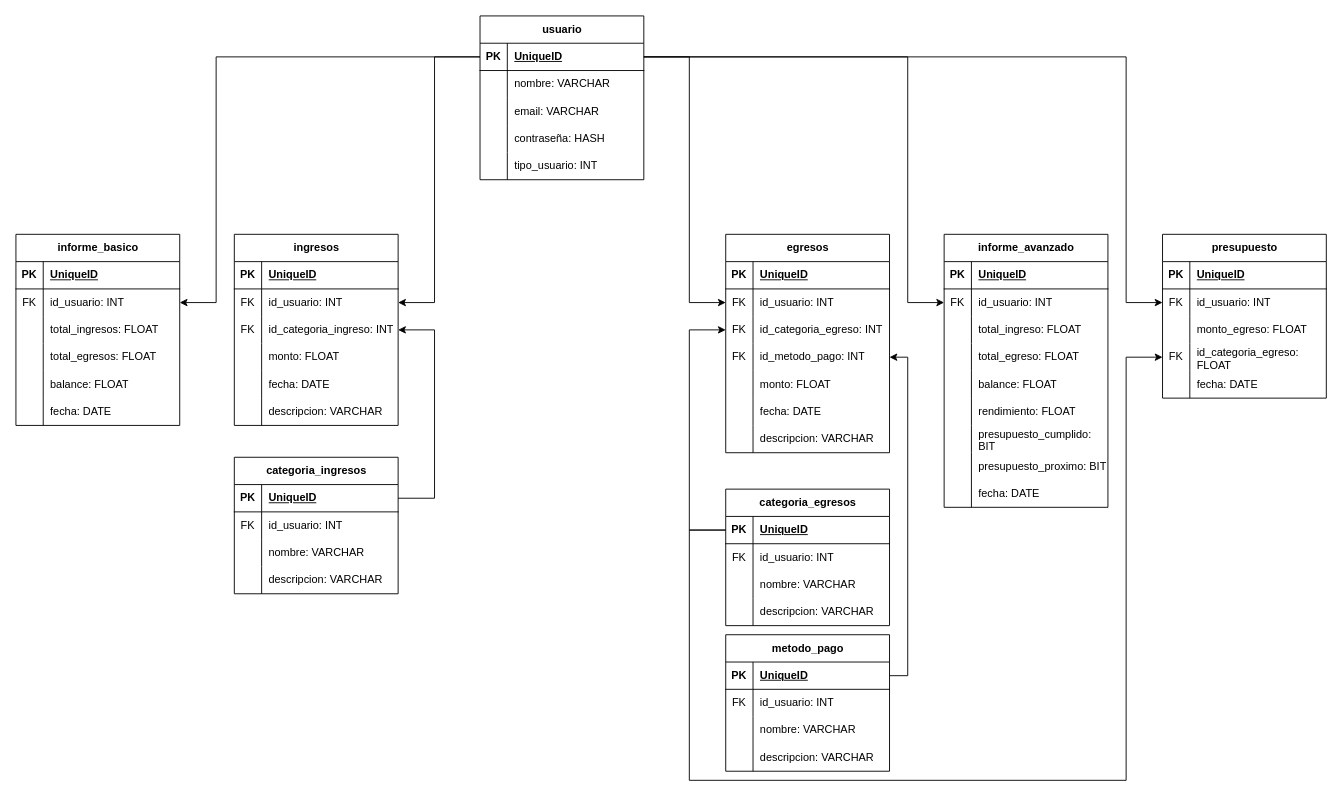
Above: Biblioteca de Recursos/Diagramas/Diagrama DB Actualizado.drawio in FinTionPro/fintion-project (draw.io), before the change. Source tidied: cells renumbered, new cells numbered last; positions are measured from the earlier drawing's top-left corner, leaving out a move shared by most shapes. Both pictures are drawn from the tidied source at 91%, with x=0, y=0 at pixel (15, 15).
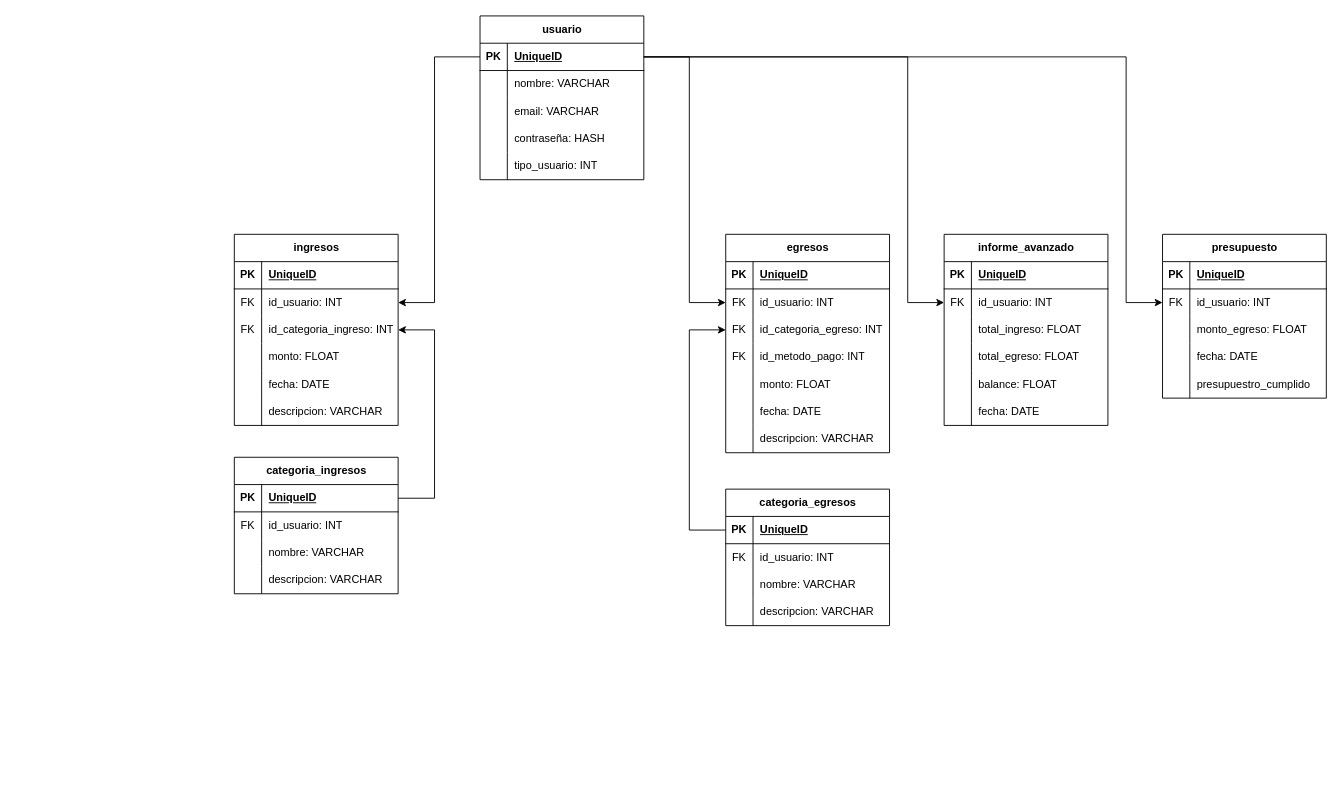
After the change.

The change refers to these unchanged cells:
```xml
<mxCell id="3" style="shape=tableRow;horizontal=0;startSize=0;swimlaneHead=0;swimlaneBody=0;fillColor=none;points=[[0,0.5],[1,0.5]];portConstraint=eastwest;top=0;left=0;right=0;bottom=1;" parent="2" vertex="1">
  <mxGeometry y="30" width="180" height="30" as="geometry" />
</mxCell>
<mxCell id="47" style="shape=tableRow;horizontal=0;startSize=0;swimlaneHead=0;swimlaneBody=0;fillColor=none;points=[[0,0.5],[1,0.5]];portConstraint=eastwest;top=0;left=0;right=0;bottom=0;" parent="37" vertex="1">
  <mxGeometry y="120" width="180" height="30" as="geometry" />
</mxCell>
<mxCell id="73" style="shape=tableRow;horizontal=0;startSize=0;swimlaneHead=0;swimlaneBody=0;fillColor=none;points=[[0,0.5],[1,0.5]];portConstraint=eastwest;top=0;left=0;right=0;bottom=1;" parent="72" vertex="1">
  <mxGeometry y="30" width="180" height="30" as="geometry" />
</mxCell>
<mxCell id="85" value="presupuesto" style="shape=table;startSize=30;childLayout=tableLayout;rowLines=0;fontStyle=1;align=center;html=1;" parent="1" vertex="1">
  <mxGeometry x="1260" y="240" width="180" height="180" as="geometry" />
</mxCell>
```

Change to the diagram source:
```diff
@@
-    <mxCell id="95" style="shape=tableRow;horizontal=0;startSize=0;swimlaneHead=0;swimlaneBody=0;fillColor=none;points=[[0,0.5],[1,0.5]];portConstraint=eastwest;top=0;left=0;right=0;bottom=0;" parent="85" vertex="1">
-      <mxGeometry y="120" width="180" height="30" as="geometry" />
-    </mxCell>
-    <mxCell id="96" value="FK" style="shape=partialRectangle;fillColor=none;top=0;left=0;bottom=0;right=0;overflow=hidden;whiteSpace=wrap;html=1;" parent="95" vertex="1">
-      <mxGeometry width="30" height="30" as="geometry" />
-    </mxCell>
-    <mxCell id="97" value="id_categoria_egreso: FLOAT" style="shape=partialRectangle;fillColor=none;top=0;left=0;bottom=0;right=0;align=left;spacingLeft=6;overflow=hidden;whiteSpace=wrap;html=1;" parent="95" vertex="1">
-      <mxGeometry x="30" width="150" height="30" as="geometry" />
-    </mxCell>
     <mxCell id="98" style="shape=tableRow;horizontal=0;startSize=0;swimlaneHead=0;swimlaneBody=0;fillColor=none;top=0;left=0;right=0;bottom=0;" parent="85" vertex="1">
-      <mxGeometry y="150" width="180" height="30" as="geometry" />
+      <mxGeometry y="120" width="180" height="30" as="geometry" />
     </mxCell>
@@
-    <mxCell id="101" value="informe_basico" style="shape=table;startSize=30;childLayout=tableLayout;rowLines=0;fontStyle=1;align=center;html=1;" parent="1" vertex="1">
-      <mxGeometry y="240" width="180" height="210" as="geometry" />
-    </mxCell>
-    <mxCell id="102" style="shape=tableRow;horizontal=0;startSize=0;swimlaneHead=0;swimlaneBody=0;fillColor=none;top=0;left=0;right=0;bottom=1;" parent="101" vertex="1">
-      <mxGeometry y="30" width="180" height="30" as="geometry" />
-    </mxCell>
-    <mxCell id="103" value="PK" style="shape=partialRectangle;fillColor=none;top=0;left=0;bottom=0;right=0;fontStyle=1;overflow=hidden;whiteSpace=wrap;html=1;" parent="102" vertex="1">
-      <mxGeometry width="30" height="30" as="geometry" />
-    </mxCell>
-    <mxCell id="104" value="UniqueID" style="shape=partialRectangle;fillColor=none;top=0;left=0;bottom=0;right=0;align=left;spacingLeft=6;fontStyle=5;overflow=hidden;whiteSpace=wrap;html=1;" parent="102" vertex="1">
-      <mxGeometry x="30" width="150" height="30" as="geometry" />
-    </mxCell>
-    <mxCell id="105" style="shape=tableRow;horizontal=0;startSize=0;swimlaneHead=0;swimlaneBody=0;fillColor=none;points=[[0,0.5],[1,0.5]];portConstraint=eastwest;top=0;left=0;right=0;bottom=0;" parent="101" vertex="1">
-      <mxGeometry y="60" width="180" height="30" as="geometry" />
-    </mxCell>
-    <mxCell id="106" value="FK" style="shape=partialRectangle;fillColor=none;top=0;left=0;bottom=0;right=0;overflow=hidden;whiteSpace=wrap;html=1;" parent="105" vertex="1">
-      <mxGeometry width="30" height="30" as="geometry" />
-    </mxCell>
-    <mxCell id="107" value="id_usuario: INT" style="shape=partialRectangle;fillColor=none;top=0;left=0;bottom=0;right=0;align=left;spacingLeft=6;overflow=hidden;whiteSpace=wrap;html=1;" parent="105" vertex="1">
-      <mxGeometry x="30" width="150" height="30" as="geometry" />
-    </mxCell>
-    <mxCell id="108" style="shape=tableRow;horizontal=0;startSize=0;swimlaneHead=0;swimlaneBody=0;fillColor=none;top=0;left=0;right=0;bottom=0;" parent="101" vertex="1">
-      <mxGeometry y="90" width="180" height="30" as="geometry" />
-    </mxCell>
-    <mxCell id="109" style="shape=partialRectangle;fillColor=none;top=0;left=0;bottom=0;right=0;overflow=hidden;whiteSpace=wrap;html=1;" parent="108" vertex="1">
-      <mxGeometry width="30" height="30" as="geometry" />
-    </mxCell>
-    <mxCell id="110" value="total_ingresos: FLOAT" style="shape=partialRectangle;fillColor=none;top=0;left=0;bottom=0;right=0;align=left;spacingLeft=6;overflow=hidden;whiteSpace=wrap;html=1;" parent="108" vertex="1">
-      <mxGeometry x="30" width="150" height="30" as="geometry" />
-    </mxCell>
-    <mxCell id="111" style="shape=tableRow;horizontal=0;startSize=0;swimlaneHead=0;swimlaneBody=0;fillColor=none;top=0;left=0;right=0;bottom=0;" parent="101" vertex="1">
-      <mxGeometry y="120" width="180" height="30" as="geometry" />
-    </mxCell>
-    <mxCell id="112" style="shape=partialRectangle;fillColor=none;top=0;left=0;bottom=0;right=0;overflow=hidden;whiteSpace=wrap;html=1;" parent="111" vertex="1">
-      <mxGeometry width="30" height="30" as="geometry" />
-    </mxCell>
-    <mxCell id="113" value="total_egresos: FLOAT" style="shape=partialRectangle;fillColor=none;top=0;left=0;bottom=0;right=0;align=left;spacingLeft=6;overflow=hidden;whiteSpace=wrap;html=1;" parent="111" vertex="1">
-      <mxGeometry x="30" width="150" height="30" as="geometry" />
-    </mxCell>
-    <mxCell id="114" style="shape=tableRow;horizontal=0;startSize=0;swimlaneHead=0;swimlaneBody=0;fillColor=none;top=0;left=0;right=0;bottom=0;" parent="101" vertex="1">
+    <mxCell id="114" style="shape=tableRow;horizontal=0;startSize=0;swimlaneHead=0;swimlaneBody=0;fillColor=none;top=0;left=0;right=0;bottom=0;" parent="85" vertex="1">
       <mxGeometry y="150" width="180" height="30" as="geometry" />
     </mxCell>
-    <mxCell id="115" style="shape=partialRectangle;fillColor=none;top=0;left=0;bottom=0;right=0;overflow=hidden;whiteSpace=wrap;html=1;" parent="114" vertex="1">
-      <mxGeometry width="30" height="30" as="geometry" />
-    </mxCell>
-    <mxCell id="116" value="balance: FLOAT" style="shape=partialRectangle;fillColor=none;top=0;left=0;bottom=0;right=0;align=left;spacingLeft=6;overflow=hidden;whiteSpace=wrap;html=1;" parent="114" vertex="1">
-      <mxGeometry x="30" width="150" height="30" as="geometry" />
-    </mxCell>
-    <mxCell id="117" style="shape=tableRow;horizontal=0;startSize=0;swimlaneHead=0;swimlaneBody=0;fillColor=none;top=0;left=0;right=0;bottom=0;" parent="101" vertex="1">
-      <mxGeometry y="180" width="180" height="30" as="geometry" />
-    </mxCell>
-    <mxCell id="118" style="shape=partialRectangle;fillColor=none;top=0;left=0;bottom=0;right=0;overflow=hidden;whiteSpace=wrap;html=1;" parent="117" vertex="1">
-      <mxGeometry width="30" height="30" as="geometry" />
-    </mxCell>
-    <mxCell id="119" value="fecha: DATE" style="shape=partialRectangle;fillColor=none;top=0;left=0;bottom=0;right=0;align=left;spacingLeft=6;overflow=hidden;whiteSpace=wrap;html=1;" parent="117" vertex="1">
-      <mxGeometry x="30" width="150" height="30" as="geometry" />
-    </mxCell>
+    <mxCell id="170" style="shape=partialRectangle;fillColor=none;top=0;left=0;bottom=0;right=0;overflow=hidden;whiteSpace=wrap;html=1;" parent="114" vertex="1">
+      <mxGeometry width="30" height="30" as="geometry" />
+    </mxCell>
+    <mxCell id="171" value="presupuestro_cumplido" style="shape=partialRectangle;fillColor=none;top=0;left=0;bottom=0;right=0;align=left;spacingLeft=6;overflow=hidden;whiteSpace=wrap;html=1;" parent="114" vertex="1">
+      <mxGeometry x="30" width="150" height="30" as="geometry" />
+    </mxCell>
     <mxCell id="120" value="informe_avanzado" style="shape=table;startSize=30;childLayout=tableLayout;rowLines=0;fontStyle=1;align=center;html=1;" parent="1" vertex="1">
-      <mxGeometry x="1020" y="240" width="180" height="300" as="geometry" />
+      <mxGeometry x="1020" y="240" width="180" height="210" as="geometry" />
     </mxCell>
@@
-    <mxCell id="136" style="shape=tableRow;horizontal=0;startSize=0;swimlaneHead=0;swimlaneBody=0;fillColor=none;top=0;left=0;right=0;bottom=0;" parent="120" vertex="1">
-      <mxGeometry y="180" width="180" height="30" as="geometry" />
-    </mxCell>
-    <mxCell id="137" style="shape=partialRectangle;fillColor=none;top=0;left=0;bottom=0;right=0;overflow=hidden;whiteSpace=wrap;html=1;" parent="136" vertex="1">
-      <mxGeometry width="30" height="30" as="geometry" />
-    </mxCell>
-    <mxCell id="138" value="rendimiento: FLOAT" style="shape=partialRectangle;fillColor=none;top=0;left=0;bottom=0;right=0;align=left;spacingLeft=6;overflow=hidden;whiteSpace=wrap;html=1;" parent="136" vertex="1">
-      <mxGeometry x="30" width="150" height="30" as="geometry" />
-    </mxCell>
-    <mxCell id="139" style="shape=tableRow;horizontal=0;startSize=0;swimlaneHead=0;swimlaneBody=0;fillColor=none;top=0;left=0;right=0;bottom=0;" parent="120" vertex="1">
-      <mxGeometry y="210" width="180" height="30" as="geometry" />
-    </mxCell>
-    <mxCell id="140" style="shape=partialRectangle;fillColor=none;top=0;left=0;bottom=0;right=0;overflow=hidden;whiteSpace=wrap;html=1;" parent="139" vertex="1">
-      <mxGeometry width="30" height="30" as="geometry" />
-    </mxCell>
-    <mxCell id="141" value="presupuesto_cumplido: BIT" style="shape=partialRectangle;fillColor=none;top=0;left=0;bottom=0;right=0;align=left;spacingLeft=6;overflow=hidden;whiteSpace=wrap;html=1;" parent="139" vertex="1">
-      <mxGeometry x="30" width="150" height="30" as="geometry" />
-    </mxCell>
-    <mxCell id="142" style="shape=tableRow;horizontal=0;startSize=0;swimlaneHead=0;swimlaneBody=0;fillColor=none;top=0;left=0;right=0;bottom=0;" parent="120" vertex="1">
-      <mxGeometry y="240" width="180" height="30" as="geometry" />
-    </mxCell>
-    <mxCell id="143" style="shape=partialRectangle;fillColor=none;top=0;left=0;bottom=0;right=0;overflow=hidden;whiteSpace=wrap;html=1;" parent="142" vertex="1">
-      <mxGeometry width="30" height="30" as="geometry" />
-    </mxCell>
-    <mxCell id="144" value="presupuesto_proximo: BIT" style="shape=partialRectangle;fillColor=none;top=0;left=0;bottom=0;right=0;align=left;spacingLeft=6;overflow=hidden;whiteSpace=wrap;html=1;" parent="142" vertex="1">
-      <mxGeometry x="30" width="150" height="30" as="geometry" />
-    </mxCell>
     <mxCell id="145" style="shape=tableRow;horizontal=0;startSize=0;swimlaneHead=0;swimlaneBody=0;fillColor=none;top=0;left=0;right=0;bottom=0;" parent="120" vertex="1">
-      <mxGeometry y="270" width="180" height="30" as="geometry" />
+      <mxGeometry y="180" width="180" height="30" as="geometry" />
     </mxCell>
@@
-    <mxCell id="148" value="metodo_pago" style="shape=table;startSize=30;childLayout=tableLayout;rowLines=0;fontStyle=1;align=center;html=1;" parent="1" vertex="1">
-      <mxGeometry x="780" y="680" width="180" height="150" as="geometry" />
-    </mxCell>
-    <mxCell id="149" style="shape=tableRow;horizontal=0;startSize=0;swimlaneHead=0;swimlaneBody=0;fillColor=none;points=[[0,0.5],[1,0.5]];portConstraint=eastwest;top=0;left=0;right=0;bottom=1;" parent="148" vertex="1">
-      <mxGeometry y="30" width="180" height="30" as="geometry" />
-    </mxCell>
-    <mxCell id="150" value="PK" style="shape=partialRectangle;fillColor=none;top=0;left=0;bottom=0;right=0;fontStyle=1;overflow=hidden;whiteSpace=wrap;html=1;" parent="149" vertex="1">
-      <mxGeometry width="30" height="30" as="geometry" />
-    </mxCell>
-    <mxCell id="151" value="UniqueID" style="shape=partialRectangle;fillColor=none;top=0;left=0;bottom=0;right=0;align=left;spacingLeft=6;fontStyle=5;overflow=hidden;whiteSpace=wrap;html=1;" parent="149" vertex="1">
-      <mxGeometry x="30" width="150" height="30" as="geometry" />
-    </mxCell>
-    <mxCell id="152" style="shape=tableRow;horizontal=0;startSize=0;swimlaneHead=0;swimlaneBody=0;fillColor=none;top=0;left=0;right=0;bottom=0;" parent="148" vertex="1">
-      <mxGeometry y="60" width="180" height="30" as="geometry" />
-    </mxCell>
-    <mxCell id="153" value="FK" style="shape=partialRectangle;fillColor=none;top=0;left=0;bottom=0;right=0;overflow=hidden;whiteSpace=wrap;html=1;" parent="152" vertex="1">
-      <mxGeometry width="30" height="30" as="geometry" />
-    </mxCell>
-    <mxCell id="154" value="id_usuario: INT" style="shape=partialRectangle;fillColor=none;top=0;left=0;bottom=0;right=0;align=left;spacingLeft=6;overflow=hidden;whiteSpace=wrap;html=1;" parent="152" vertex="1">
-      <mxGeometry x="30" width="150" height="30" as="geometry" />
-    </mxCell>
-    <mxCell id="155" style="shape=tableRow;horizontal=0;startSize=0;swimlaneHead=0;swimlaneBody=0;fillColor=none;top=0;left=0;right=0;bottom=0;" parent="148" vertex="1">
-      <mxGeometry y="90" width="180" height="30" as="geometry" />
-    </mxCell>
-    <mxCell id="156" style="shape=partialRectangle;fillColor=none;top=0;left=0;bottom=0;right=0;overflow=hidden;whiteSpace=wrap;html=1;" parent="155" vertex="1">
-      <mxGeometry width="30" height="30" as="geometry" />
-    </mxCell>
-    <mxCell id="157" value="nombre: VARCHAR" style="shape=partialRectangle;fillColor=none;top=0;left=0;bottom=0;right=0;align=left;spacingLeft=6;overflow=hidden;whiteSpace=wrap;html=1;" parent="155" vertex="1">
-      <mxGeometry x="30" width="150" height="30" as="geometry" />
-    </mxCell>
-    <mxCell id="158" style="shape=tableRow;horizontal=0;startSize=0;swimlaneHead=0;swimlaneBody=0;fillColor=none;top=0;left=0;right=0;bottom=0;" parent="148" vertex="1">
-      <mxGeometry y="120" width="180" height="30" as="geometry" />
-    </mxCell>
-    <mxCell id="159" style="shape=partialRectangle;fillColor=none;top=0;left=0;bottom=0;right=0;overflow=hidden;whiteSpace=wrap;html=1;" parent="158" vertex="1">
-      <mxGeometry width="30" height="30" as="geometry" />
-    </mxCell>
-    <mxCell id="160" value="descripcion: VARCHAR" style="shape=partialRectangle;fillColor=none;top=0;left=0;bottom=0;right=0;align=left;spacingLeft=6;overflow=hidden;whiteSpace=wrap;html=1;" parent="158" vertex="1">
-      <mxGeometry x="30" width="150" height="30" as="geometry" />
-    </mxCell>
@@
-    <mxCell id="165" style="edgeStyle=orthogonalEdgeStyle;rounded=0;jettySize=auto;html=1;exitX=1;exitY=0.5;exitDx=0;exitDy=0;entryX=1;entryY=0.5;entryDx=0;entryDy=0;" parent="1" edge="1" source="149" target="47">
-      <mxGeometry relative="1" as="geometry" />
-    </mxCell>
-    <mxCell id="166" style="edgeStyle=orthogonalEdgeStyle;rounded=0;jettySize=auto;html=1;exitX=0;exitY=0.5;exitDx=0;exitDy=0;entryX=1;entryY=0.5;entryDx=0;entryDy=0;" parent="1" edge="1" source="3" target="105">
-      <mxGeometry relative="1" as="geometry">
-        <Array as="points">
-          <mxPoint x="220" y="45" />
-          <mxPoint x="220" y="315" />
-        </Array>
-      </mxGeometry>
-    </mxCell>
@@
-    <mxCell id="169" style="edgeStyle=orthogonalEdgeStyle;rounded=0;jettySize=auto;html=1;exitX=0;exitY=0.5;exitDx=0;exitDy=0;entryX=0;entryY=0.5;entryDx=0;entryDy=0;" parent="1" edge="1" source="73" target="95">
-      <mxGeometry relative="1" as="geometry">
-        <Array as="points">
-          <mxPoint x="740" y="565" />
-          <mxPoint x="740" y="840" />
-          <mxPoint x="1220" y="840" />
-          <mxPoint x="1220" y="375" />
-        </Array>
-      </mxGeometry>
-    </mxCell>
```
